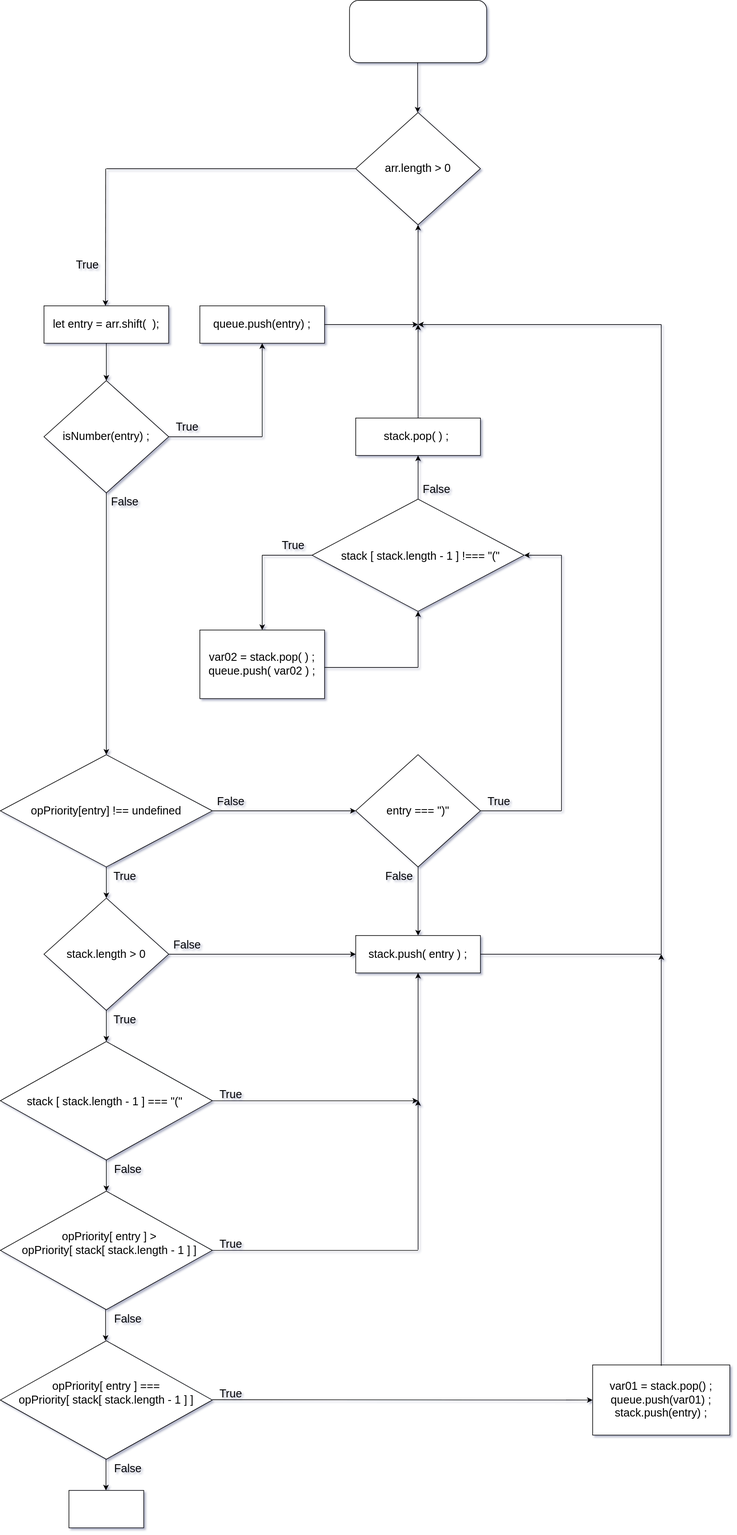
The draw.io diagram Untitled Diagram.drawio.svg in jcgm3205/jcgm3205, before a commit. Source tidied: cells renumbered, new cells last; positions are measured from the earlier drawing's top-left corner, leaving out a move shared by most shapes.
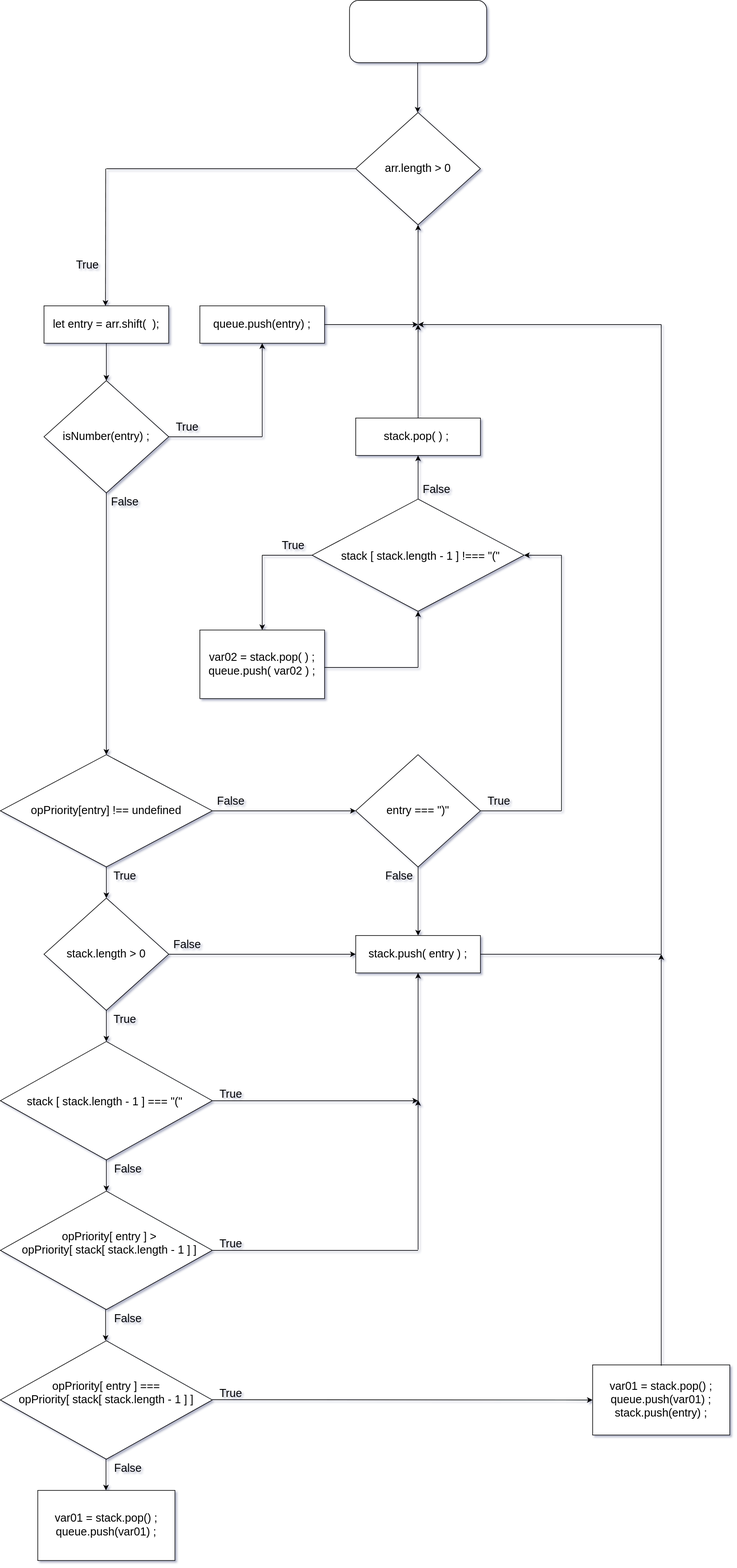
After the change.

What changed in the source:
```diff
@@ -335,5 +335,8 @@
     <mxCell id="83" style="rounded=0;whiteSpace=wrap;html=1;fontSize=18;strokeWidth=1;" parent="1" vertex="1">
       <mxGeometry x="110" y="2390" width="120" height="60" as="geometry" />
     </mxCell>
+    <mxCell id="84" value="var01 = stack.pop() ;&lt;br&gt;queue.push(var01) ;" style="rounded=0;whiteSpace=wrap;html=1;fontSize=18;strokeWidth=1;" parent="1" vertex="1">
+      <mxGeometry x="60" y="2390" width="220" height="112.5" as="geometry" />
+    </mxCell>
   </root>
 </mxGraphModel>
```
